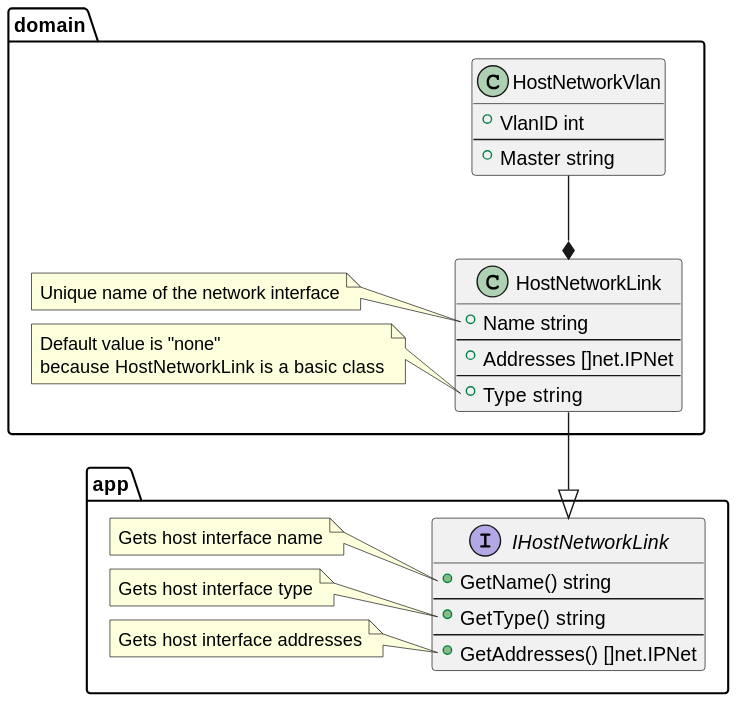
Earlier version of the PlantUML export docs/plantuml/entities/HostNetworkVlan.svg (lf-edge/rol). Source of this version:
```plantuml
@startuml

!include HostNetworkLink.puml

package domain {
    class HostNetworkVlan {
        +VlanID int
        --
        +Master string
    }

    HostNetworkVlan --* HostNetworkLink
}

@enduml
```
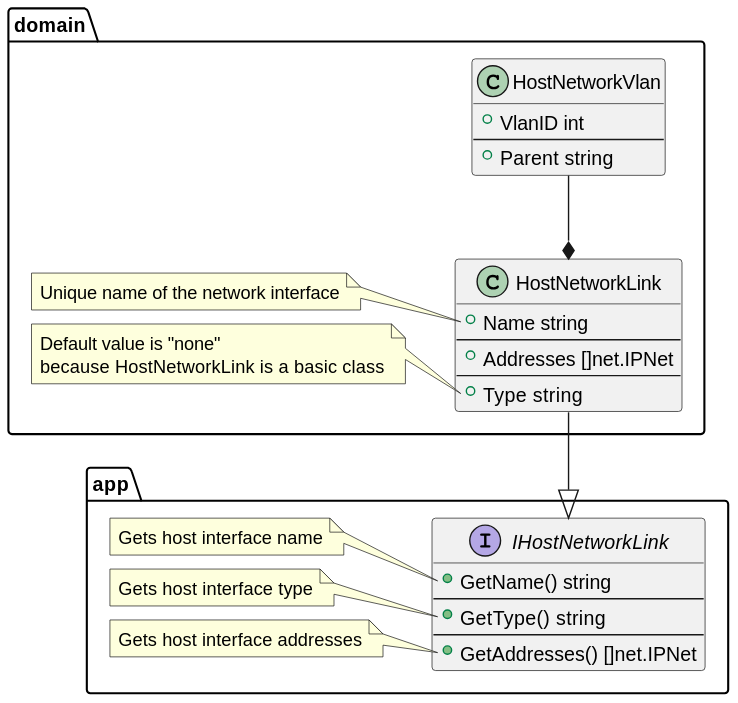
After the commit.

What changed in the source:
```diff
@@ -6,7 +6,7 @@
     class HostNetworkVlan {
         +VlanID int
         --
-        +Master string
+        +Parent string
     }
 
     HostNetworkVlan --* HostNetworkLink
```
